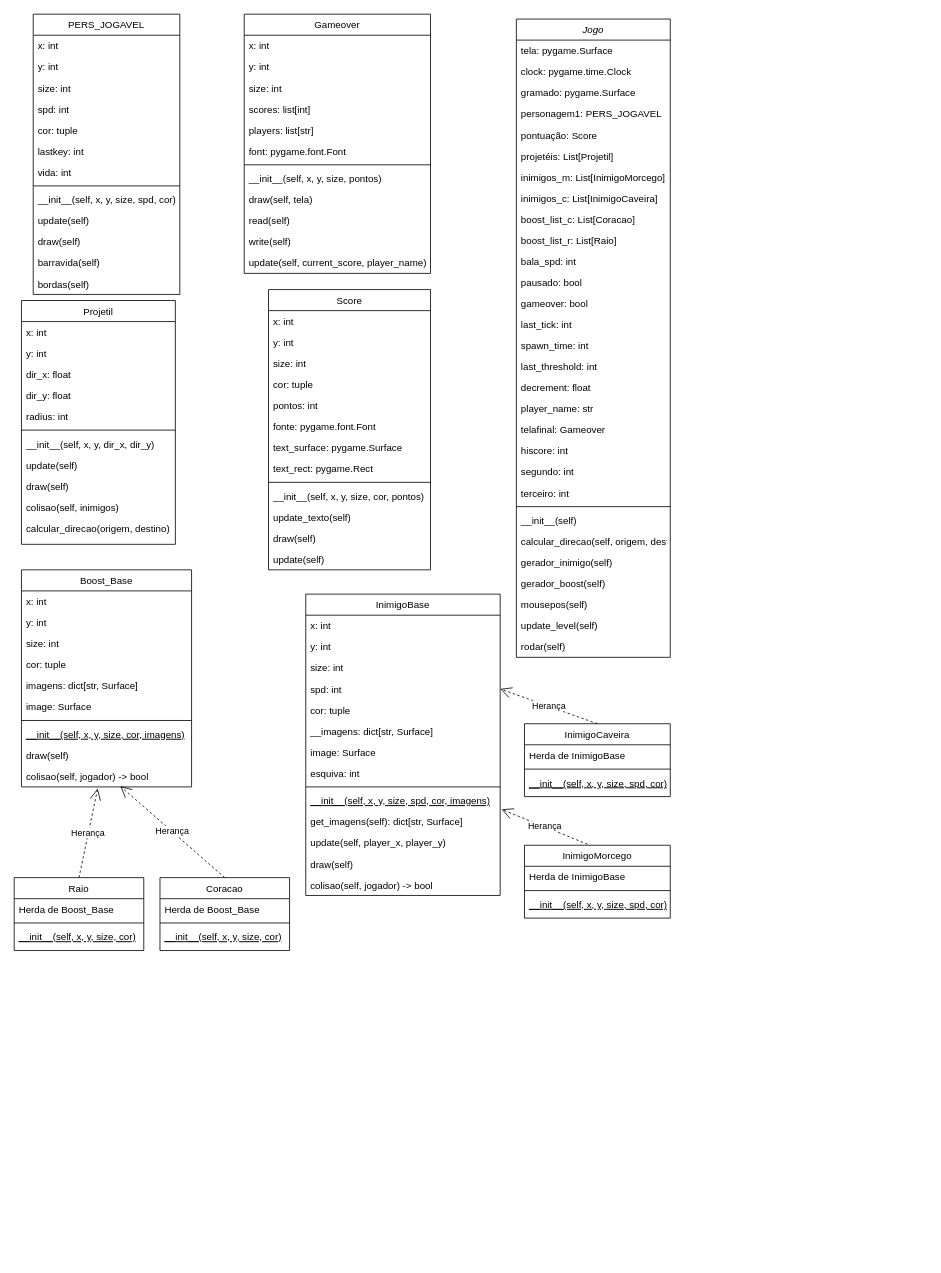
PedroLemosMariano/Jogo_PYGAME keeps this draw.io diagram as Diagrama sem nome.drawio. Above is the earlier version. Source tidied: cells renumbered, new cells numbered last; positions are measured from the earlier drawing's top-left corner, leaving out a move shared by most shapes. Both pictures are drawn from the tidied source at 81%, with x=0, y=0 at pixel (14, 14).
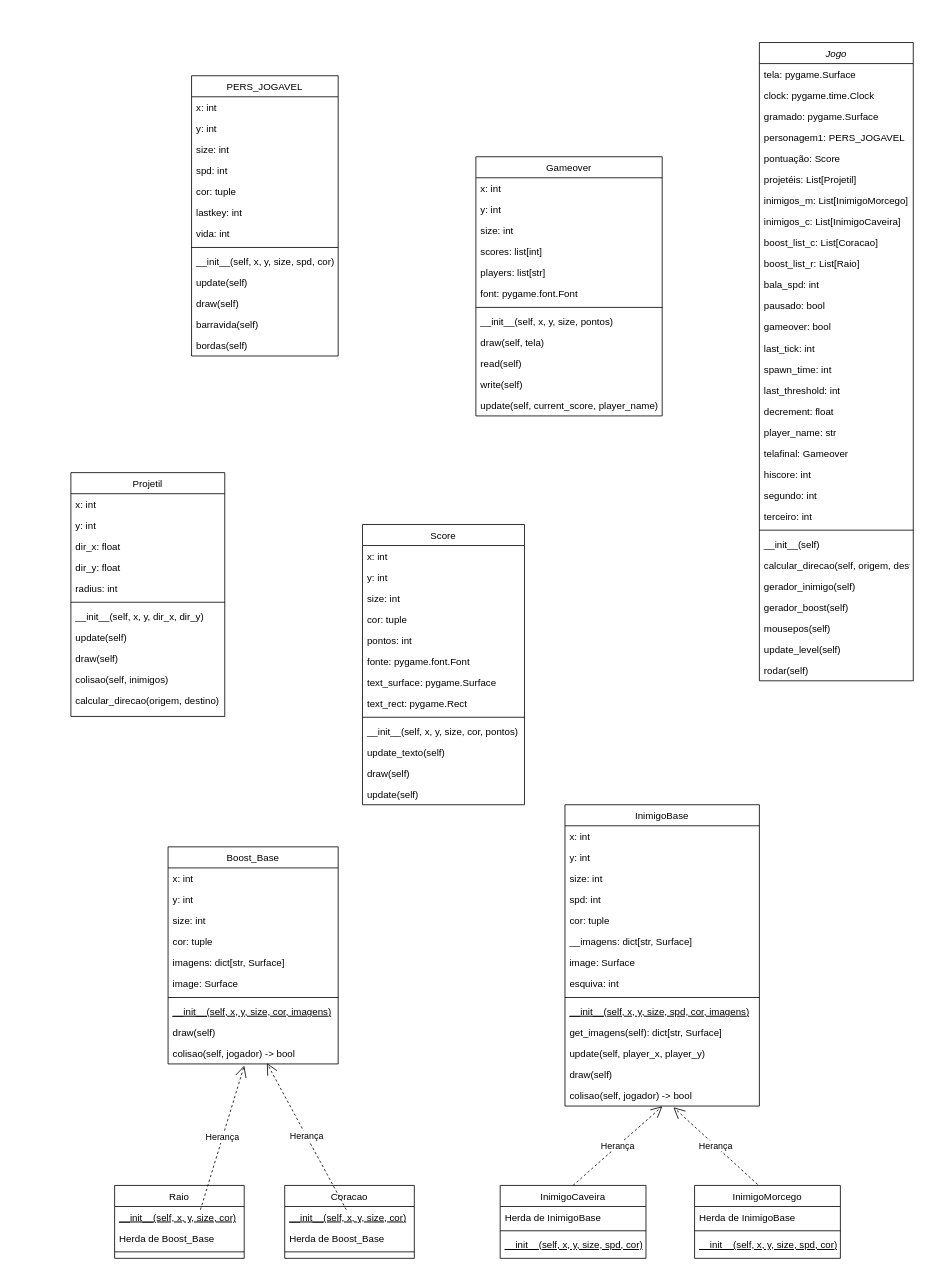
The same page after the edit.

Unchanged cells that the change refers to:
```xml
<mxCell id="37" value="spd: int" style="text;align=left;verticalAlign=top;spacingLeft=4;spacingRight=4;overflow=hidden;points=[[0,0.5],[1,0.5]];portConstraint=eastwest;rounded=0;shadow=0;html=0;" parent="33" vertex="1">
  <mxGeometry y="104" width="240" height="26" as="geometry" />
</mxCell>
<mxCell id="44" value="get_imagens(self): dict[str, Surface]" style="text;align=left;verticalAlign=top;spacingLeft=4;spacingRight=4;overflow=hidden;points=[[0,0.5],[1,0.5]];portConstraint=eastwest;" parent="33" vertex="1">
  <mxGeometry y="268" width="240" height="26" as="geometry" />
</mxCell>
<mxCell id="47" value="colisao(self, jogador) -&gt; bool" style="text;align=left;verticalAlign=top;spacingLeft=4;spacingRight=4;overflow=hidden;points=[[0,0.5],[1,0.5]];portConstraint=eastwest;" parent="33" vertex="1">
  <mxGeometry y="346" width="240" height="26" as="geometry" />
</mxCell>
<mxCell id="95" value="colisao(self, jogador) -&gt; bool" style="text;align=left;verticalAlign=top;spacingLeft=4;spacingRight=4;overflow=hidden;points=[[0,0.5],[1,0.5]];portConstraint=eastwest;" parent="85" vertex="1">
  <mxGeometry y="242" width="210" height="26" as="geometry" />
</mxCell>
```

The edit, as a diff of the source:
```diff
@@
     <mxCell id="2" value="Jogo" style="swimlane;fontStyle=2;align=center;verticalAlign=top;horizontal=1;startSize=26;rounded=0;shadow=0;strokeWidth=1;" parent="1" vertex="1">
-      <mxGeometry x="620" y="6" width="190" height="788" as="geometry" />
+      <mxGeometry x="920" y="35" width="190" height="788" as="geometry" />
     </mxCell>
@@
     <mxCell id="33" value="InimigoBase" style="swimlane;fontStyle=0;align=center;verticalAlign=top;horizontal=1;startSize=26;rounded=0;shadow=0;strokeWidth=1;" parent="1" vertex="1">
-      <mxGeometry x="360" y="716" width="240" height="372" as="geometry" />
+      <mxGeometry x="680" y="976" width="240" height="372" as="geometry" />
     </mxCell>
@@
     <mxCell id="48" value="PERS_JOGAVEL" style="swimlane;fontStyle=0;align=center;verticalAlign=top;horizontal=1;startSize=26;rounded=0;shadow=0;strokeWidth=1;" parent="1" vertex="1">
-      <mxGeometry x="23.5" width="181" height="346" as="geometry" />
+      <mxGeometry x="219" y="76" width="181" height="346" as="geometry" />
     </mxCell>
@@
     <mxCell id="62" value="Gameover" style="swimlane;fontStyle=0;align=center;verticalAlign=top;horizontal=1;startSize=26;rounded=0;shadow=0;strokeWidth=1;" parent="1" vertex="1">
-      <mxGeometry x="284" width="230" height="320" as="geometry" />
+      <mxGeometry x="570" y="176" width="230" height="320" as="geometry" />
     </mxCell>
@@
     <mxCell id="75" value="InimigoCaveira" style="swimlane;fontStyle=0;align=center;verticalAlign=top;horizontal=1;startSize=26;rounded=0;shadow=0;strokeWidth=1;" parent="1" vertex="1">
-      <mxGeometry x="630" y="876" width="180" height="90" as="geometry" />
+      <mxGeometry x="600" y="1446" width="180" height="90" as="geometry" />
     </mxCell>
@@
     <mxCell id="79" value="InimigoMorcego" style="swimlane;fontStyle=0;align=center;verticalAlign=top;horizontal=1;startSize=26;rounded=0;shadow=0;strokeWidth=1;" parent="1" vertex="1">
-      <mxGeometry x="630" y="1026" width="180" height="90" as="geometry" />
+      <mxGeometry x="840" y="1446" width="180" height="90" as="geometry" />
     </mxCell>
@@
-    <mxCell id="83" value="Herança" style="endArrow=open;endSize=12;dashed=1;html=1;rounded=0;exitX=0.432;exitY=-0.014;exitDx=0;exitDy=0;exitPerimeter=0;entryX=1.007;entryY=-0.089;entryDx=0;entryDy=0;entryPerimeter=0;" parent="1" edge="1" source="79" target="44">
+    <mxCell id="83" value="Herança" style="endArrow=open;endSize=12;dashed=1;html=1;rounded=0;exitX=0.432;exitY=-0.014;exitDx=0;exitDy=0;exitPerimeter=0;entryX=0.558;entryY=1.058;entryDx=0;entryDy=0;entryPerimeter=0;" parent="1" edge="1" source="79" target="47">
       <mxGeometry relative="1" as="geometry" />
     </mxCell>
-    <mxCell id="84" value="Herança" style="endArrow=open;endSize=12;dashed=1;html=1;rounded=0;entryX=1;entryY=0.5;entryDx=0;entryDy=0;exitX=0.5;exitY=0;exitDx=0;exitDy=0;" parent="1" edge="1" source="75" target="37">
+    <mxCell id="84" value="Herança" style="endArrow=open;endSize=12;dashed=1;html=1;rounded=0;entryX=0.501;entryY=1.01;entryDx=0;entryDy=0;exitX=0.5;exitY=0;exitDx=0;exitDy=0;entryPerimeter=0;" parent="1" edge="1" source="75" target="47">
       <mxGeometry relative="1" as="geometry" />
     </mxCell>
     <mxCell id="85" value="Boost_Base" style="swimlane;fontStyle=0;align=center;verticalAlign=top;horizontal=1;startSize=26;rounded=0;shadow=0;strokeWidth=1;" parent="1" vertex="1">
-      <mxGeometry x="9" y="686" width="210" height="268" as="geometry" />
+      <mxGeometry x="190" y="1028" width="210" height="268" as="geometry" />
     </mxCell>
@@
     <mxCell id="96" value="Raio" style="swimlane;fontStyle=0;align=center;verticalAlign=top;horizontal=1;startSize=26;rounded=0;shadow=0;strokeWidth=1;" parent="1" vertex="1">
-      <mxGeometry y="1066" width="160" height="90" as="geometry" />
+      <mxGeometry x="124" y="1446" width="160" height="90" as="geometry" />
     </mxCell>
+    <mxCell id="99" value="__init__(self, x, y, size, cor)" style="text;align=left;verticalAlign=top;spacingLeft=4;spacingRight=4;overflow=hidden;fontStyle=4;" parent="96" vertex="1">
+      <mxGeometry y="26" width="160" height="26" as="geometry" />
+    </mxCell>
     <mxCell id="97" value="Herda de Boost_Base" style="text;align=left;verticalAlign=top;spacingLeft=4;spacingRight=4;overflow=hidden;" parent="96" vertex="1">
-      <mxGeometry y="26" width="160" height="26" as="geometry" />
+      <mxGeometry y="52" width="160" height="26" as="geometry" />
     </mxCell>
     <mxCell id="98" style="line;html=1;strokeWidth=1;align=left;verticalAlign=middle;spacingTop=-1;spacingLeft=3;spacingRight=3;labelPosition=right;" parent="96" vertex="1">
-      <mxGeometry y="52" width="160" height="8" as="geometry" />
+      <mxGeometry y="78" width="160" height="8" as="geometry" />
     </mxCell>
-    <mxCell id="99" value="__init__(self, x, y, size, cor)" style="text;align=left;verticalAlign=top;spacingLeft=4;spacingRight=4;overflow=hidden;fontStyle=4;" parent="96" vertex="1">
-      <mxGeometry y="60" width="160" height="26" as="geometry" />
-    </mxCell>
     <mxCell id="100" value="Coracao" style="swimlane;fontStyle=0;align=center;verticalAlign=top;horizontal=1;startSize=26;rounded=0;shadow=0;strokeWidth=1;" parent="1" vertex="1">
-      <mxGeometry x="180" y="1066" width="160" height="90" as="geometry" />
+      <mxGeometry x="334" y="1446" width="160" height="90" as="geometry" />
     </mxCell>
+    <mxCell id="103" value="__init__(self, x, y, size, cor)" style="text;align=left;verticalAlign=top;spacingLeft=4;spacingRight=4;overflow=hidden;fontStyle=4;" parent="100" vertex="1">
+      <mxGeometry y="26" width="160" height="26" as="geometry" />
+    </mxCell>
     <mxCell id="101" value="Herda de Boost_Base" style="text;align=left;verticalAlign=top;spacingLeft=4;spacingRight=4;overflow=hidden;" parent="100" vertex="1">
-      <mxGeometry y="26" width="160" height="26" as="geometry" />
+      <mxGeometry y="52" width="160" height="26" as="geometry" />
     </mxCell>
     <mxCell id="102" style="line;html=1;strokeWidth=1;align=left;verticalAlign=middle;spacingTop=-1;spacingLeft=3;spacingRight=3;labelPosition=right;" parent="100" vertex="1">
-      <mxGeometry y="52" width="160" height="8" as="geometry" />
+      <mxGeometry y="78" width="160" height="8" as="geometry" />
     </mxCell>
-    <mxCell id="103" value="__init__(self, x, y, size, cor)" style="text;align=left;verticalAlign=top;spacingLeft=4;spacingRight=4;overflow=hidden;fontStyle=4;" parent="100" vertex="1">
-      <mxGeometry y="60" width="160" height="26" as="geometry" />
-    </mxCell>
-    <mxCell id="104" value="Herança" style="endArrow=open;endSize=12;dashed=1;html=1;rounded=0;exitX=0.5;exitY=0;exitDx=0;exitDy=0;entryX=0.581;entryY=0.962;entryDx=0;entryDy=0;entryPerimeter=0;" parent="1" edge="1" source="100" target="95">
-      <mxGeometry relative="1" as="geometry" />
+    <mxCell id="104" value="Herança" style="endArrow=open;endSize=12;dashed=1;html=1;rounded=0;exitX=0.5;exitY=0;exitDx=0;exitDy=0;entryX=0.581;entryY=0.962;entryDx=0;entryDy=0;entryPerimeter=0;" parent="1" edge="1" target="95">
+      <mxGeometry relative="1" as="geometry">
+        <mxPoint x="410" y="1476" as="sourcePoint" />
+      </mxGeometry>
     </mxCell>
-    <mxCell id="105" value="Herança" style="endArrow=open;endSize=12;dashed=1;html=1;rounded=0;entryX=0.448;entryY=1.077;entryDx=0;entryDy=0;entryPerimeter=0;exitX=0.5;exitY=0;exitDx=0;exitDy=0;" parent="1" edge="1" source="96" target="95">
-      <mxGeometry relative="1" as="geometry" />
+    <mxCell id="105" value="Herança" style="endArrow=open;endSize=12;dashed=1;html=1;rounded=0;entryX=0.448;entryY=1.077;entryDx=0;entryDy=0;entryPerimeter=0;exitX=0.5;exitY=0;exitDx=0;exitDy=0;" parent="1" edge="1" target="95">
+      <mxGeometry relative="1" as="geometry">
+        <mxPoint x="230" y="1476" as="sourcePoint" />
+      </mxGeometry>
     </mxCell>
     <mxCell id="106" value="Projetil" style="swimlane;fontStyle=0;align=center;verticalAlign=top;horizontal=1;startSize=26;rounded=0;shadow=0;strokeWidth=1;" parent="1" vertex="1">
-      <mxGeometry x="9" y="353.5" width="190" height="301" as="geometry" />
+      <mxGeometry x="70" y="566" width="190" height="301" as="geometry" />
     </mxCell>
@@
     <mxCell id="118" value="Score" style="swimlane;fontStyle=0;align=center;verticalAlign=top;horizontal=1;startSize=26;rounded=0;shadow=0;strokeWidth=1;" parent="1" vertex="1">
-      <mxGeometry x="314" y="340" width="200" height="346" as="geometry" />
+      <mxGeometry x="430" y="630" width="200" height="346" as="geometry" />
     </mxCell>
```
